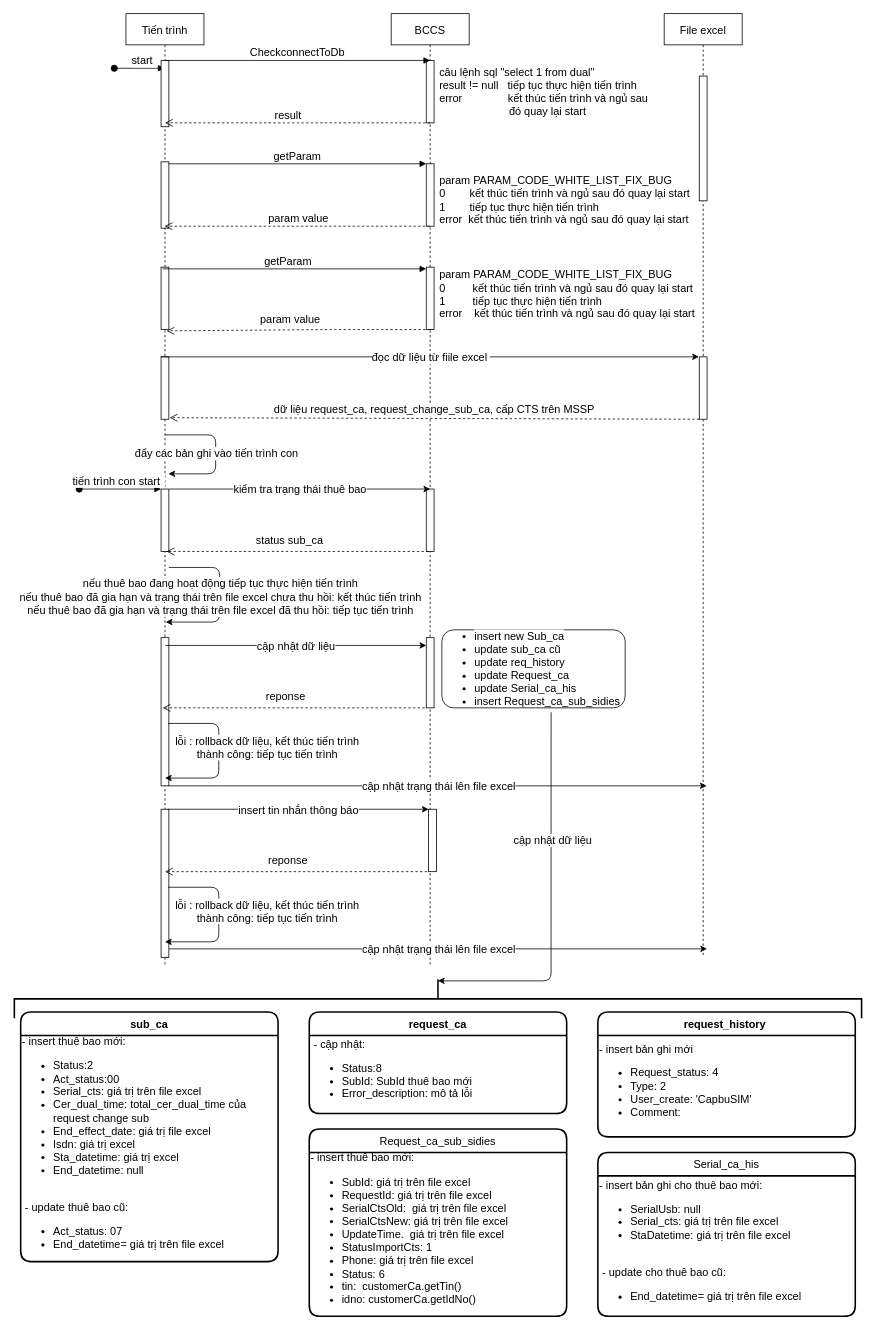
Before: Untitled Diagram.drawio in tvthieu/testmerge, a draw.io diagram. Source tidied: cells renumbered, new cells numbered last; positions are measured from the earlier drawing's top-left corner, leaving out a move shared by most shapes. Both pictures are drawn from the tidied source at 78%, with x=0, y=0 at pixel (20, 13).
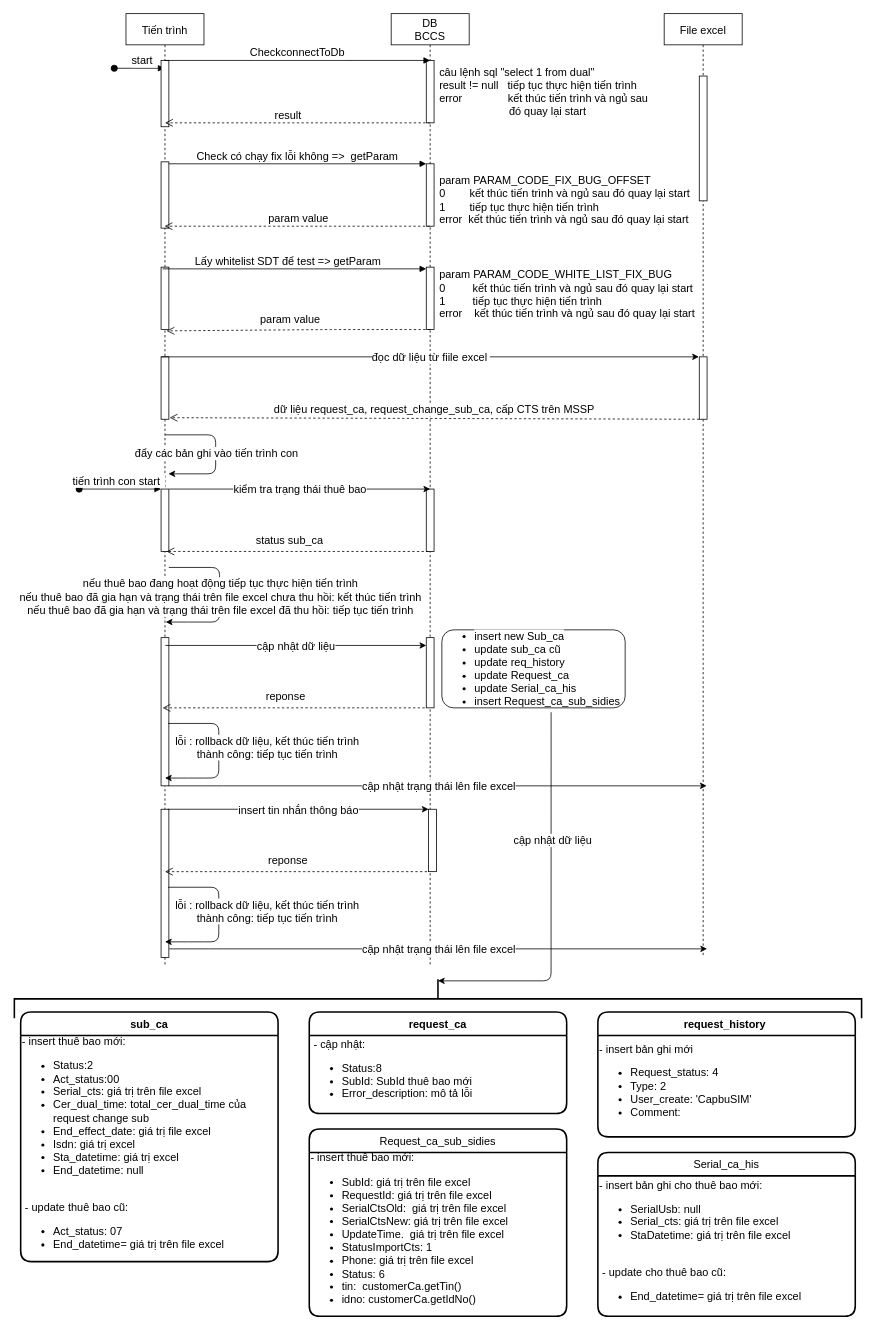
Above is the later version.

Unchanged cells that the change refers to:
```xml
<mxCell id="3" style="points=[];perimeter=orthogonalPerimeter;rounded=0;shadow=0;strokeWidth=1;fontSize=14;" parent="2" vertex="1">
  <mxGeometry x="45" y="190" width="10" height="85" as="geometry" />
</mxCell>
<mxCell id="12" style="points=[];perimeter=orthogonalPerimeter;rounded=0;shadow=0;strokeWidth=1;fontSize=14;" parent="11" vertex="1">
  <mxGeometry x="45" y="192.5" width="10" height="80" as="geometry" />
</mxCell>
<mxCell id="13" style="points=[];perimeter=orthogonalPerimeter;rounded=0;shadow=0;strokeWidth=1;fontSize=14;" parent="11" vertex="1">
  <mxGeometry x="45" y="325" width="10" height="80" as="geometry" />
</mxCell>
```

The edit, as a diff of the source:
```diff
@@
-    <mxCell id="11" value="BCCS" style="shape=umlLifeline;perimeter=lifelinePerimeter;rounded=0;shadow=0;strokeWidth=1;fontSize=14;" parent="1" vertex="1">
+    <mxCell id="11" value="DB &#10;BCCS" style="shape=umlLifeline;perimeter=lifelinePerimeter;rounded=0;shadow=0;strokeWidth=1;fontSize=14;" parent="1" vertex="1">
       <mxGeometry x="475" width="100" height="1220" as="geometry" />
     </mxCell>
@@
-    <mxCell id="19" value="getParam" style="verticalAlign=bottom;endArrow=block;entryX=0;entryY=0;shadow=0;strokeWidth=1;fontSize=14;" parent="1" edge="1" source="3" target="12">
+    <mxCell id="19" value="Check có chạy fix lỗi không =&gt;  getParam" style="verticalAlign=bottom;endArrow=block;entryX=0;entryY=0;shadow=0;strokeWidth=1;fontSize=14;" parent="1" edge="1" source="3" target="12">
       <mxGeometry relative="1" as="geometry" />
     </mxCell>
@@
-    <mxCell id="22" value="&lt;div style=&quot;font-size: 14px;&quot;&gt;param PARAM_CODE_WHITE_LIST_FIX_BUG&lt;span style=&quot;font-size: 14px;&quot;&gt;&amp;nbsp; &amp;nbsp;&lt;/span&gt;&lt;/div&gt;0&amp;nbsp; &amp;nbsp; &amp;nbsp; &amp;nbsp; kết thúc tiến trình và ngủ sau đó quay lại start&lt;div style=&quot;font-size: 14px;&quot;&gt;1&amp;nbsp; &amp;nbsp; &amp;nbsp; &amp;nbsp; tiếp tục thực hiện tiến trình&lt;/div&gt;error&amp;nbsp; kết thúc tiến trình và ngủ sau đó quay lại start" style="text;html=1;strokeColor=none;fillColor=none;align=left;verticalAlign=middle;whiteSpace=wrap;rounded=0;fontSize=14;" parent="1" vertex="1">
+    <mxCell id="22" value="&lt;div&gt;param&amp;nbsp;PARAM_CODE_FIX_BUG_OFFSET&amp;nbsp;&amp;nbsp;&lt;/div&gt;0&amp;nbsp; &amp;nbsp; &amp;nbsp; &amp;nbsp; kết thúc tiến trình và ngủ sau đó quay lại start&lt;div style=&quot;font-size: 14px&quot;&gt;1&amp;nbsp; &amp;nbsp; &amp;nbsp; &amp;nbsp; tiếp tục thực hiện tiến trình&lt;/div&gt;error&amp;nbsp; kết thúc tiến trình và ngủ sau đó quay lại start" style="text;html=1;strokeColor=none;fillColor=none;align=left;verticalAlign=middle;whiteSpace=wrap;rounded=0;fontSize=14;" parent="1" vertex="1">
       <mxGeometry x="535" y="207.5" width="330" height="62.5" as="geometry" />
     </mxCell>
-    <mxCell id="23" value="getParam" style="verticalAlign=bottom;endArrow=block;shadow=0;strokeWidth=1;exitX=0.47;exitY=0.312;exitDx=0;exitDy=0;exitPerimeter=0;fontSize=14;" parent="1" edge="1" target="13">
+    <mxCell id="23" value="Lấy whitelist SDT để test =&gt; getParam" style="verticalAlign=bottom;endArrow=block;shadow=0;strokeWidth=1;exitX=0.47;exitY=0.312;exitDx=0;exitDy=0;exitPerimeter=0;fontSize=14;" parent="1" edge="1" target="13">
       <mxGeometry x="-0.05" relative="1" as="geometry">
         <mxPoint x="182" y="327.2" as="sourcePoint" />
       </mxGeometry>
     </mxCell>
```
